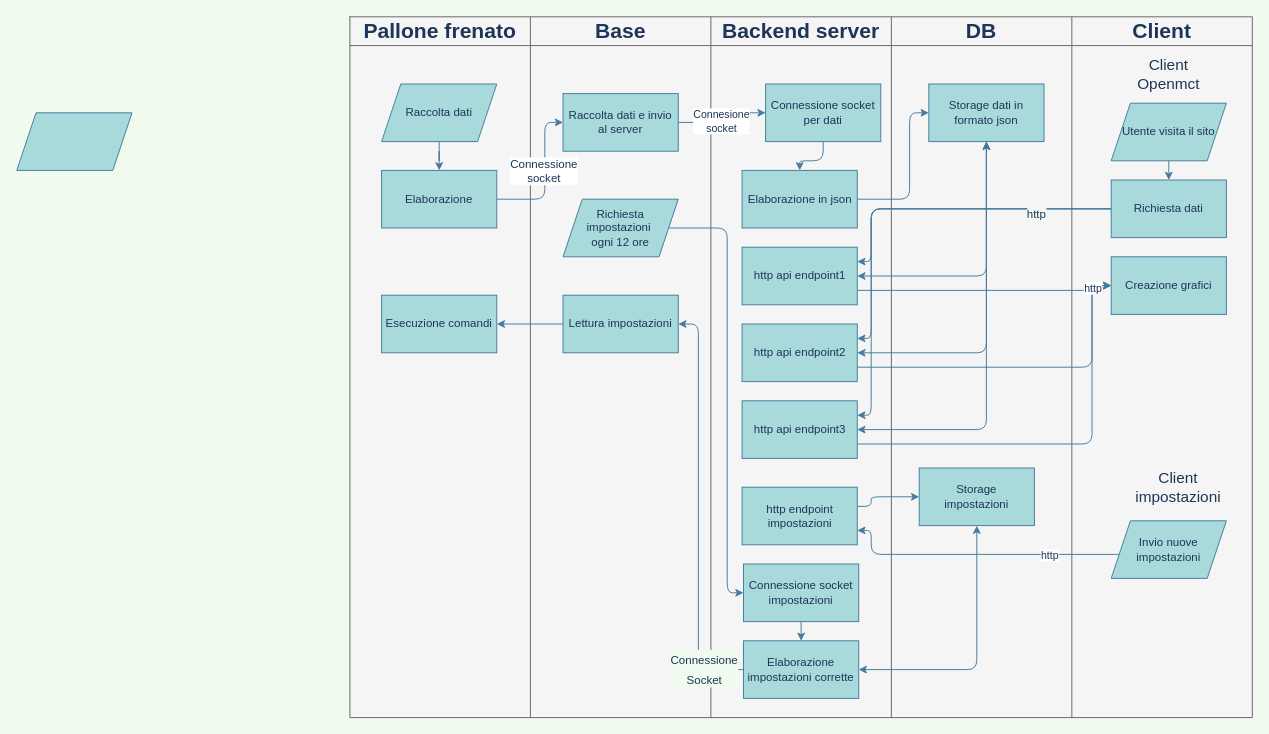
liceocremona/olimpiadirobotica21-docs keeps this draw.io diagram as flowchart-serverclient-1303.drawio. Above is the earlier version. Source tidied: cells renumbered, new cells numbered last; positions are measured from the earlier drawing's top-left corner, leaving out a move shared by most shapes. Both pictures are drawn from the tidied source at 96%, with x=0, y=0 at pixel (16, 16).
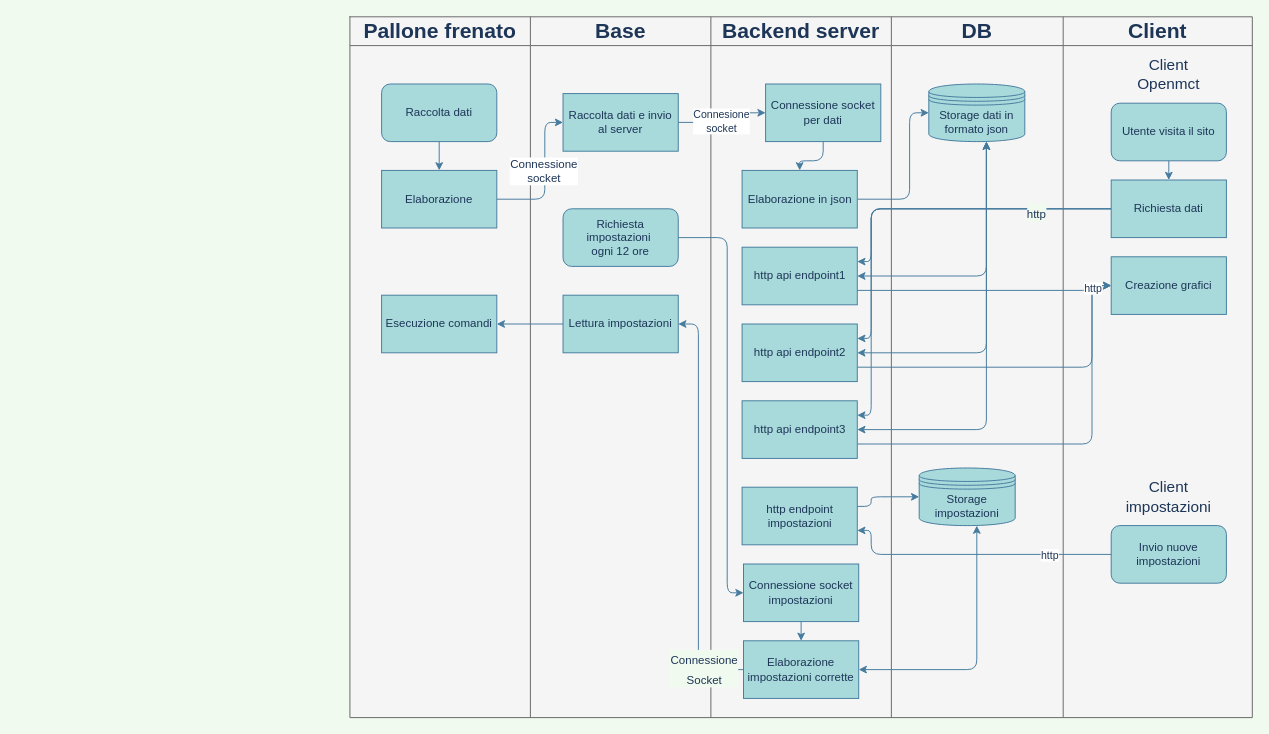
The same diagram, later.

The change refers to these unchanged cells:
```xml
<mxCell id="3" style="shape=partialRectangle;html=1;whiteSpace=wrap;fillColor=none;top=0;left=0;bottom=0;right=0;strokeColor=#457B9D;fontColor=#1D3557;" parent="2" vertex="1">
  <mxGeometry width="940" height="30" as="geometry" />
</mxCell>
<mxCell id="9" style="shape=partialRectangle;html=1;whiteSpace=wrap;fillColor=none;top=0;left=0;bottom=0;right=0;strokeColor=#457B9D;fontColor=#1D3557;" parent="2" vertex="1">
  <mxGeometry y="30" width="940" height="700" as="geometry" />
</mxCell>
<mxCell id="20" value="Elaborazione" style="rounded=0;whiteSpace=wrap;html=1;fillColor=#A8DADC;strokeColor=#457B9D;fontColor=#1D3557;" parent="1" vertex="1">
  <mxGeometry x="380" y="160" width="120" height="60" as="geometry" />
</mxCell>
<mxCell id="30" value="http api endpoint2" style="rounded=0;whiteSpace=wrap;html=1;fillColor=#A8DADC;strokeColor=#457B9D;fontColor=#1D3557;" parent="1" vertex="1">
  <mxGeometry x="755.5" y="320" width="120" height="60" as="geometry" />
</mxCell>
<mxCell id="37" value="Richiesta dati" style="rounded=0;whiteSpace=wrap;html=1;fillColor=#A8DADC;strokeColor=#457B9D;fontColor=#1D3557;" parent="1" vertex="1">
  <mxGeometry x="1140" y="170" width="120" height="60" as="geometry" />
</mxCell>
<mxCell id="46" value="http endpoint impostazioni" style="rounded=0;whiteSpace=wrap;html=1;fillColor=#A8DADC;strokeColor=#457B9D;fontColor=#1D3557;" parent="1" vertex="1">
  <mxGeometry x="755.5" y="490" width="120" height="60" as="geometry" />
</mxCell>
<mxCell id="51" value="Connessione socket impostazioni" style="rounded=0;whiteSpace=wrap;html=1;fillColor=#A8DADC;strokeColor=#457B9D;fontColor=#1D3557;" parent="1" vertex="1">
  <mxGeometry x="757" y="570" width="120" height="60" as="geometry" />
</mxCell>
<mxCell id="53" value="Elaborazione in json" style="rounded=0;whiteSpace=wrap;html=1;fillColor=#A8DADC;strokeColor=#457B9D;fontColor=#1D3557;" parent="1" vertex="1">
  <mxGeometry x="755.5" y="160" width="120" height="60" as="geometry" />
</mxCell>
<mxCell id="64" value="Elaborazione impostazioni corrette" style="rounded=0;whiteSpace=wrap;html=1;fillColor=#A8DADC;strokeColor=#457B9D;fontColor=#1D3557;" parent="1" vertex="1">
  <mxGeometry x="757" y="650" width="120" height="60" as="geometry" />
</mxCell>
```

Change to the diagram source:
```diff
@@
     <mxCell id="7" value="&lt;font style=&quot;font-size: 22px&quot;&gt;&lt;b&gt;DB&lt;/b&gt;&lt;/font&gt;" style="shape=partialRectangle;html=1;whiteSpace=wrap;overflow=hidden;fillColor=none;top=0;left=0;bottom=0;right=0;strokeColor=#457B9D;fontColor=#1D3557;" parent="3" vertex="1">
-      <mxGeometry x="564" width="188" height="30" as="geometry" />
+      <mxGeometry x="564" width="179" height="30" as="geometry" />
     </mxCell>
     <mxCell id="8" value="&lt;font style=&quot;font-size: 22px&quot;&gt;&lt;b&gt;Client&lt;/b&gt;&lt;/font&gt;" style="shape=partialRectangle;html=1;whiteSpace=wrap;overflow=hidden;fillColor=none;top=0;left=0;bottom=0;right=0;strokeColor=#457B9D;fontColor=#1D3557;" parent="3" vertex="1">
-      <mxGeometry x="752" width="188" height="30" as="geometry" />
+      <mxGeometry x="743" width="197" height="30" as="geometry" />
     </mxCell>
@@
     <mxCell id="13" style="shape=partialRectangle;html=1;whiteSpace=wrap;overflow=hidden;fillColor=none;top=0;left=0;bottom=0;right=0;strokeColor=#457B9D;fontColor=#1D3557;" parent="9" vertex="1">
-      <mxGeometry x="564" width="188" height="700" as="geometry" />
+      <mxGeometry x="564" width="179" height="700" as="geometry" />
     </mxCell>
     <mxCell id="14" style="shape=partialRectangle;html=1;whiteSpace=wrap;overflow=hidden;fillColor=none;top=0;left=0;bottom=0;right=0;strokeColor=#457B9D;fontColor=#1D3557;" parent="9" vertex="1">
-      <mxGeometry x="752" width="188" height="700" as="geometry" />
+      <mxGeometry x="743" width="197" height="700" as="geometry" />
     </mxCell>
-    <mxCell id="15" style="shape=parallelogram;perimeter=parallelogramPerimeter;whiteSpace=wrap;html=1;fixedSize=1;fillColor=#A8DADC;strokeColor=#457B9D;fontColor=#1D3557;" parent="1" vertex="1">
-      <mxGeometry y="100" width="120" height="60" as="geometry" />
-    </mxCell>
-    <mxCell id="16" style="edgeStyle=orthogonalEdgeStyle;rounded=0;jettySize=auto;html=1;entryX=0.5;entryY=0;entryDx=0;entryDy=0;strokeColor=#457B9D;fontColor=#1D3557;labelBackgroundColor=#F1FAEE;" parent="1" edge="1" source="17" target="20">
-      <mxGeometry relative="1" as="geometry" />
+    <mxCell id="16" style="edgeStyle=orthogonalEdgeStyle;rounded=0;jettySize=auto;html=1;entryX=0.5;entryY=0;entryDx=0;entryDy=0;strokeColor=#457B9D;fontColor=#1D3557;labelBackgroundColor=#F1FAEE;" parent="1" edge="1" target="20">
+      <mxGeometry relative="1" as="geometry">
+        <mxPoint x="440" y="130" as="sourcePoint" />
+      </mxGeometry>
     </mxCell>
-    <mxCell id="17" value="Raccolta dati" style="shape=parallelogram;perimeter=parallelogramPerimeter;whiteSpace=wrap;html=1;fixedSize=1;fillColor=#A8DADC;strokeColor=#457B9D;fontColor=#1D3557;" parent="1" vertex="1">
-      <mxGeometry x="380" y="70" width="120" height="60" as="geometry" />
-    </mxCell>
@@
-    <mxCell id="23" value="Storage dati in formato json" style="rounded=0;whiteSpace=wrap;html=1;fillColor=#A8DADC;strokeColor=#457B9D;fontColor=#1D3557;" parent="1" vertex="1">
-      <mxGeometry x="950" y="70" width="120" height="60" as="geometry" />
-    </mxCell>
@@
-    <mxCell id="31" style="edgeStyle=orthogonalEdgeStyle;rounded=1;jettySize=auto;html=1;exitX=0.5;exitY=1;exitDx=0;exitDy=0;entryX=0.5;entryY=0;entryDx=0;entryDy=0;strokeColor=#457B9D;fontSize=16;fontColor=#1D3557;labelBackgroundColor=#F1FAEE;" parent="1" edge="1" source="32" target="37">
-      <mxGeometry relative="1" as="geometry" />
+    <mxCell id="31" style="edgeStyle=orthogonalEdgeStyle;rounded=1;jettySize=auto;html=1;exitX=0.5;exitY=1;exitDx=0;exitDy=0;entryX=0.5;entryY=0;entryDx=0;entryDy=0;strokeColor=#457B9D;fontSize=16;fontColor=#1D3557;labelBackgroundColor=#F1FAEE;" parent="1" edge="1" target="37">
+      <mxGeometry relative="1" as="geometry">
+        <mxPoint x="1200" y="150" as="sourcePoint" />
+      </mxGeometry>
     </mxCell>
-    <mxCell id="32" value="Utente visita il sito" style="shape=parallelogram;perimeter=parallelogramPerimeter;whiteSpace=wrap;html=1;fixedSize=1;fillColor=#A8DADC;strokeColor=#457B9D;fontColor=#1D3557;" parent="1" vertex="1">
-      <mxGeometry x="1140" y="90" width="120" height="60" as="geometry" />
-    </mxCell>
@@
-    <mxCell id="40" style="edgeStyle=orthogonalEdgeStyle;rounded=1;jettySize=auto;html=1;entryX=1;entryY=0.75;entryDx=0;entryDy=0;strokeColor=#457B9D;fontSize=16;fontColor=#1D3557;labelBackgroundColor=#F1FAEE;" parent="1" edge="1" source="42" target="46">
+    <mxCell id="40" style="edgeStyle=orthogonalEdgeStyle;rounded=1;jettySize=auto;html=1;entryX=1;entryY=0.75;entryDx=0;entryDy=0;strokeColor=#457B9D;fontSize=16;fontColor=#1D3557;labelBackgroundColor=#F1FAEE;" parent="1" edge="1" target="46">
       <mxGeometry relative="1" as="geometry">
+        <mxPoint x="1148.3" y="560" as="sourcePoint" />
         <Array as="points">
           <mxPoint x="890" y="560" />
           <mxPoint x="890" y="535" />
         </Array>
       </mxGeometry>
     </mxCell>
@@
-    <mxCell id="42" value="Invio nuove impostazioni" style="shape=parallelogram;perimeter=parallelogramPerimeter;whiteSpace=wrap;html=1;fixedSize=1;fillColor=#A8DADC;strokeColor=#457B9D;fontColor=#1D3557;" parent="1" vertex="1">
-      <mxGeometry x="1140" y="525" width="120" height="60" as="geometry" />
-    </mxCell>
-    <mxCell id="43" style="edgeStyle=orthogonalEdgeStyle;rounded=1;jettySize=auto;html=1;entryX=0;entryY=0.5;entryDx=0;entryDy=0;strokeColor=#457B9D;fontSize=16;fontColor=#1D3557;labelBackgroundColor=#F1FAEE;" parent="1" edge="1" source="44" target="51">
+    <mxCell id="43" style="edgeStyle=orthogonalEdgeStyle;rounded=1;jettySize=auto;html=1;entryX=0;entryY=0.5;entryDx=0;entryDy=0;strokeColor=#457B9D;fontSize=16;fontColor=#1D3557;labelBackgroundColor=#F1FAEE;" parent="1" edge="1" target="51">
       <mxGeometry relative="1" as="geometry">
+        <mxPoint x="679" y="220" as="sourcePoint" />
         <Array as="points">
-          <mxPoint x="740" y="220" />
+          <mxPoint x="679" y="230" />
+          <mxPoint x="740" y="230" />
           <mxPoint x="740" y="600" />
         </Array>
       </mxGeometry>
     </mxCell>
-    <mxCell id="44" value="Richiesta impostazioni&amp;nbsp;&lt;br&gt;ogni 12 ore" style="shape=parallelogram;perimeter=parallelogramPerimeter;whiteSpace=wrap;html=1;fixedSize=1;fillColor=#A8DADC;strokeColor=#457B9D;fontColor=#1D3557;" parent="1" vertex="1">
-      <mxGeometry x="569" y="190" width="120" height="60" as="geometry" />
-    </mxCell>
-    <mxCell id="45" style="edgeStyle=orthogonalEdgeStyle;rounded=1;jettySize=auto;html=1;entryX=0;entryY=0.5;entryDx=0;entryDy=0;strokeColor=#457B9D;fontSize=16;fontColor=#1D3557;labelBackgroundColor=#F1FAEE;" parent="1" edge="1" source="46" target="47">
+    <mxCell id="45" style="edgeStyle=orthogonalEdgeStyle;rounded=1;jettySize=auto;html=1;entryX=0;entryY=0.5;entryDx=0;entryDy=0;strokeColor=#457B9D;fontSize=16;fontColor=#1D3557;labelBackgroundColor=#F1FAEE;" parent="1" edge="1" source="46">
       <mxGeometry relative="1" as="geometry">
+        <mxPoint x="940" y="500" as="targetPoint" />
         <Array as="points">
           <mxPoint x="890" y="510" />
           <mxPoint x="890" y="500" />
         </Array>
       </mxGeometry>
     </mxCell>
@@
-    <mxCell id="47" value="Storage &lt;br&gt;impostazioni" style="rounded=0;whiteSpace=wrap;html=1;fillColor=#A8DADC;strokeColor=#457B9D;fontColor=#1D3557;" parent="1" vertex="1">
-      <mxGeometry x="940" y="470" width="120" height="60" as="geometry" />
-    </mxCell>
@@
-    <mxCell id="52" style="edgeStyle=orthogonalEdgeStyle;rounded=1;jettySize=auto;html=1;entryX=0;entryY=0.5;entryDx=0;entryDy=0;strokeColor=#457B9D;fontColor=#1D3557;labelBackgroundColor=#F1FAEE;" parent="1" edge="1" source="53" target="23">
+    <mxCell id="52" style="edgeStyle=orthogonalEdgeStyle;rounded=1;jettySize=auto;html=1;entryX=0;entryY=0.5;entryDx=0;entryDy=0;strokeColor=#457B9D;fontColor=#1D3557;labelBackgroundColor=#F1FAEE;" parent="1" edge="1" source="53">
       <mxGeometry relative="1" as="geometry">
+        <mxPoint x="950" y="100" as="targetPoint" />
         <Array as="points">
           <mxPoint x="930" y="190" />
           <mxPoint x="930" y="100" />
         </Array>
       </mxGeometry>
     </mxCell>
@@
-    <mxCell id="58" style="endArrow=classic;startArrow=classic;html=1;strokeColor=#457B9D;exitX=1;exitY=0.5;exitDx=0;exitDy=0;entryX=0.5;entryY=1;entryDx=0;entryDy=0;fontColor=#1D3557;labelBackgroundColor=#F1FAEE;" parent="1" edge="1" source="30" target="23">
+    <mxCell id="58" style="endArrow=classic;startArrow=classic;html=1;strokeColor=#457B9D;exitX=1;exitY=0.5;exitDx=0;exitDy=0;entryX=0.5;entryY=1;entryDx=0;entryDy=0;fontColor=#1D3557;labelBackgroundColor=#F1FAEE;" parent="1" edge="1" source="30">
       <mxGeometry relative="1" as="geometry">
+        <mxPoint x="1010" y="130" as="targetPoint" />
         <Array as="points">
           <mxPoint x="1010" y="350" />
         </Array>
       </mxGeometry>
     </mxCell>
@@
     <mxCell id="60" value="&lt;span style=&quot;font-weight: normal&quot;&gt;Client&lt;br&gt;impostazioni&lt;br&gt;&lt;/span&gt;" style="text;html=1;strokeColor=none;fillColor=none;align=center;verticalAlign=middle;whiteSpace=wrap;rounded=0;fontSize=16;fontStyle=1;fontColor=#1D3557;" parent="1" vertex="1">
-      <mxGeometry x="1190" y="480" width="40" height="20" as="geometry" />
+      <mxGeometry x="1180" y="490" width="40" height="20" as="geometry" />
     </mxCell>
-    <mxCell id="61" style="endArrow=classic;startArrow=classic;html=1;strokeColor=#457B9D;fontSize=16;exitX=0.5;exitY=1;exitDx=0;exitDy=0;entryX=1;entryY=0.5;entryDx=0;entryDy=0;fontColor=#1D3557;labelBackgroundColor=#F1FAEE;" parent="1" edge="1" source="47" target="64">
+    <mxCell id="61" style="endArrow=classic;startArrow=classic;html=1;strokeColor=#457B9D;fontSize=16;exitX=0.5;exitY=1;exitDx=0;exitDy=0;entryX=1;entryY=0.5;entryDx=0;entryDy=0;fontColor=#1D3557;labelBackgroundColor=#F1FAEE;" parent="1" edge="1" target="64">
       <mxGeometry relative="1" as="geometry">
+        <mxPoint x="1000" y="530" as="sourcePoint" />
         <Array as="points">
           <mxPoint x="1000" y="680" />
         </Array>
       </mxGeometry>
     </mxCell>
@@
+    <mxCell id="17" value="&lt;span&gt;Raccolta dati&lt;/span&gt;" style="rounded=1;whiteSpace=wrap;html=1;sketch=0;strokeColor=#457B9D;fillColor=#A8DADC;fontColor=#1D3557;" parent="1" vertex="1">
+      <mxGeometry x="380" y="70" width="120" height="60" as="geometry" />
+    </mxCell>
+    <mxCell id="47" value="&lt;span&gt;Storage&lt;/span&gt;&lt;br&gt;&lt;span&gt;impostazioni&lt;/span&gt;" style="shape=datastore;whiteSpace=wrap;html=1;rounded=0;sketch=0;strokeColor=#457B9D;fillColor=#A8DADC;fontColor=#1D3557;" parent="1" vertex="1">
+      <mxGeometry x="940" y="470" width="100" height="60" as="geometry" />
+    </mxCell>
+    <mxCell id="44" value="&lt;span&gt;Richiesta impostazioni&amp;nbsp;&lt;/span&gt;&lt;br&gt;&lt;span&gt;ogni 12 ore&lt;/span&gt;" style="rounded=1;whiteSpace=wrap;html=1;sketch=0;strokeColor=#457B9D;fillColor=#A8DADC;fontColor=#1D3557;" parent="1" vertex="1">
+      <mxGeometry x="569" y="200" width="120" height="60" as="geometry" />
+    </mxCell>
+    <mxCell id="32" value="&lt;span&gt;Utente visita il sito&lt;/span&gt;" style="rounded=1;whiteSpace=wrap;html=1;sketch=0;strokeColor=#457B9D;fillColor=#A8DADC;fontColor=#1D3557;" parent="1" vertex="1">
+      <mxGeometry x="1140" y="90" width="120" height="60" as="geometry" />
+    </mxCell>
+    <mxCell id="42" value="&lt;span&gt;Invio nuove impostazioni&lt;/span&gt;" style="rounded=1;whiteSpace=wrap;html=1;sketch=0;strokeColor=#457B9D;fillColor=#A8DADC;fontColor=#1D3557;" parent="1" vertex="1">
+      <mxGeometry x="1140" y="530" width="120" height="60" as="geometry" />
+    </mxCell>
+    <mxCell id="23" value="&lt;span&gt;Storage dati in formato json&lt;/span&gt;" style="shape=datastore;whiteSpace=wrap;html=1;rounded=0;sketch=0;strokeColor=#457B9D;fillColor=#A8DADC;fontColor=#1D3557;" parent="1" vertex="1">
+      <mxGeometry x="950" y="70" width="100" height="60" as="geometry" />
+    </mxCell>
```
